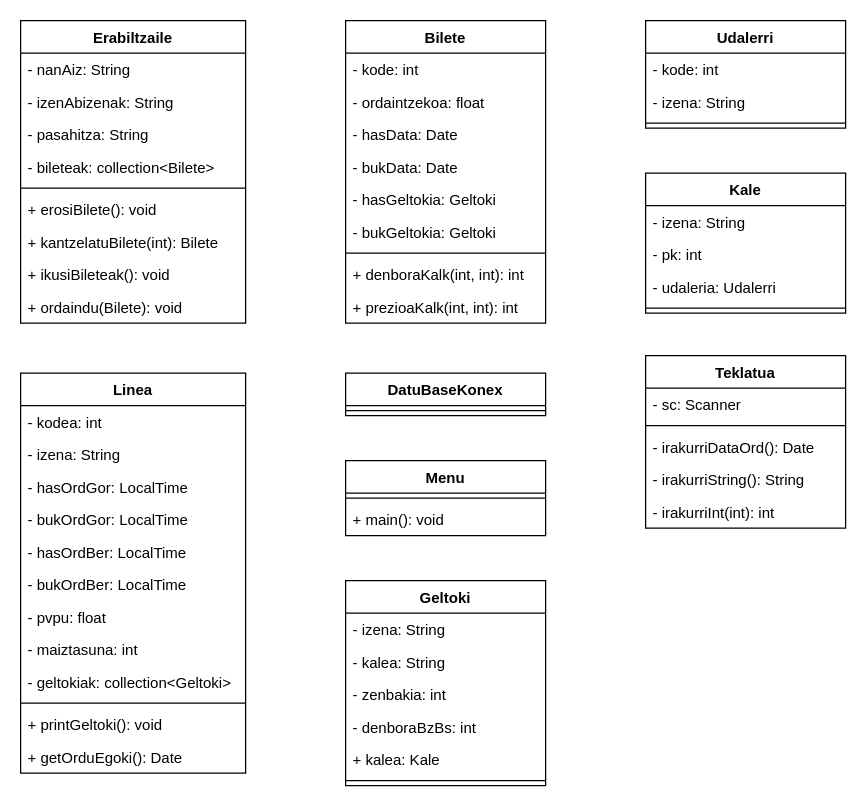
This is Documentacion/klaseDiagrama.drawio from PetaldoiPorramador/ErronkaBus, a draw.io file, before an edit. Source tidied: cells renumbered, new cells numbered last; positions are measured from the earlier drawing's top-left corner, leaving out a move shared by most shapes. Both pictures are drawn from the tidied source at 125%, with x=0, y=0 at pixel (20, 20).
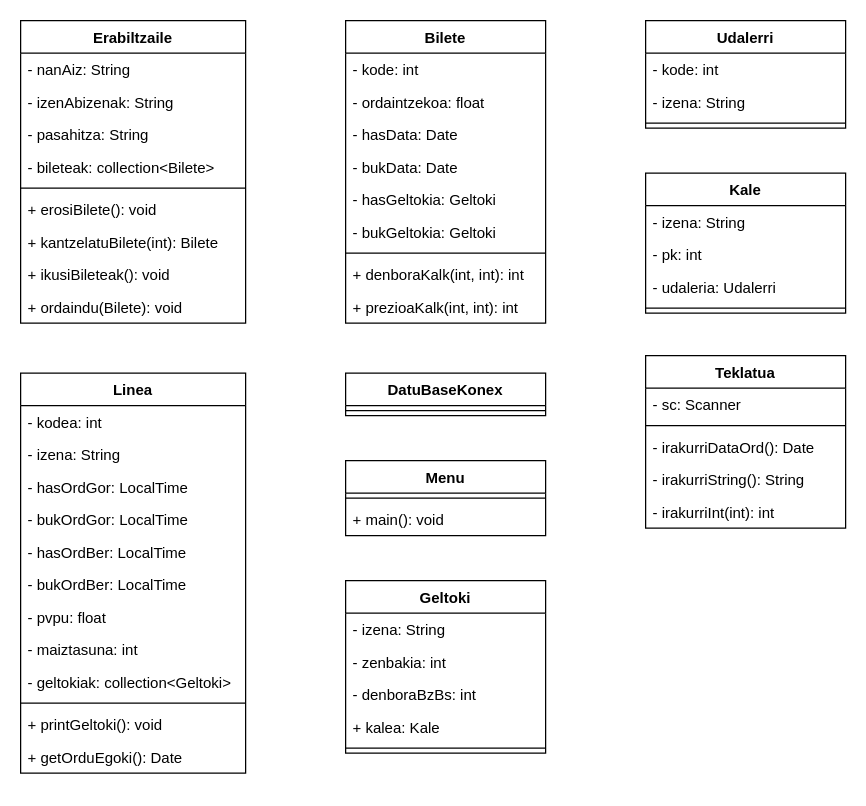
Above is the later version.

What changed in the source:
```diff
@@
     <mxCell id="35" value="Geltoki" style="swimlane;fontStyle=1;align=center;verticalAlign=top;horizontal=1;startSize=26;" parent="1" vertex="1">
-      <mxGeometry x="260" y="448" width="160" height="164" as="geometry" />
+      <mxGeometry x="260" y="448" width="160" height="138" as="geometry" />
     </mxCell>
@@
-    <mxCell id="37" value="- kalea: String" style="text;strokeColor=none;fillColor=none;align=left;verticalAlign=top;spacingLeft=4;spacingRight=4;overflow=hidden;" parent="35" vertex="1">
-      <mxGeometry y="52" width="160" height="26" as="geometry" />
-    </mxCell>
     <mxCell id="38" value="- zenbakia: int" style="text;strokeColor=none;fillColor=none;align=left;verticalAlign=top;spacingLeft=4;spacingRight=4;overflow=hidden;" parent="35" vertex="1">
-      <mxGeometry y="78" width="160" height="26" as="geometry" />
+      <mxGeometry y="52" width="160" height="26" as="geometry" />
     </mxCell>
     <mxCell id="39" value="- denboraBzBs: int" style="text;strokeColor=none;fillColor=none;align=left;verticalAlign=top;spacingLeft=4;spacingRight=4;overflow=hidden;" parent="35" vertex="1">
-      <mxGeometry y="104" width="160" height="26" as="geometry" />
+      <mxGeometry y="78" width="160" height="26" as="geometry" />
     </mxCell>
     <mxCell id="40" value="+ kalea: Kale" style="text;strokeColor=none;fillColor=none;align=left;verticalAlign=top;spacingLeft=4;spacingRight=4;overflow=hidden;" parent="35" vertex="1">
-      <mxGeometry y="130" width="160" height="26" as="geometry" />
+      <mxGeometry y="104" width="160" height="26" as="geometry" />
     </mxCell>
     <mxCell id="41" style="line;strokeWidth=1;fillColor=none;align=left;verticalAlign=middle;spacingTop=-1;spacingLeft=3;spacingRight=3;labelPosition=right;" parent="35" vertex="1">
-      <mxGeometry y="156" width="160" height="8" as="geometry" />
+      <mxGeometry y="130" width="160" height="8" as="geometry" />
     </mxCell>
```
